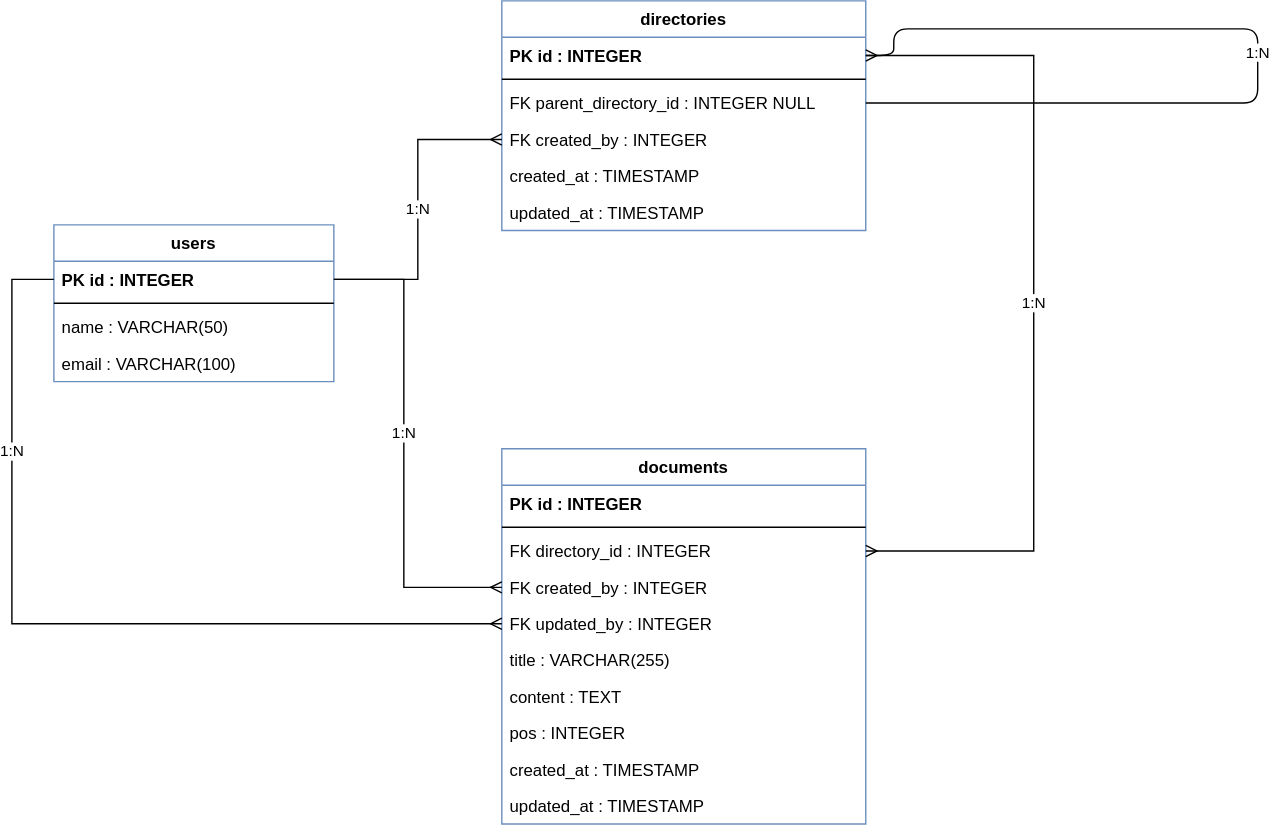
Before: データベース設計/データベースモデリング3/er_diagram.drawio.svg, a diagram exported from draw.io (DaisukeKikukawa/Praha-Challenge). Source tidied: cells renumbered, new cells last; positions are measured from the earlier drawing's top-left corner, leaving out a move shared by most shapes.
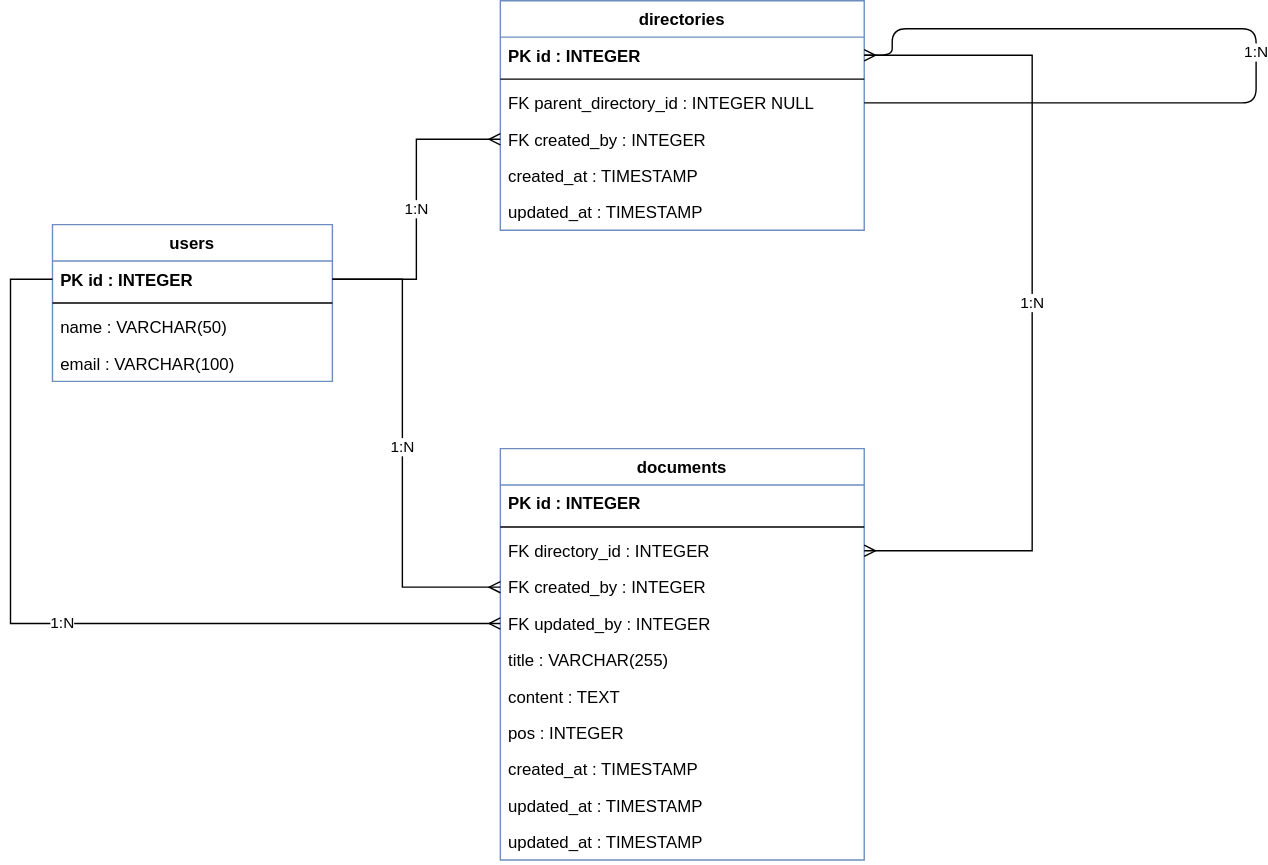
After the commit.

Commit message:
dioの差分がどうなるか確認

What changed in the source:
```diff
@@ -49,7 +49,7 @@
       </mxGeometry>
     </mxCell>
     <mxCell id="15" value="documents" style="swimlane;fontStyle=1;align=center;verticalAlign=top;horizontal=1;startSize=26;fillColor=none;strokeColor=#6c8ebf;" parent="1" vertex="1">
-      <mxGeometry x="350" y="320" width="260" height="268" as="geometry" />
+      <mxGeometry x="350" y="320" width="260" height="294" as="geometry" />
     </mxCell>
     <mxCell id="16" value="PK  id : INTEGER" style="text;strokeColor=none;fillColor=none;align=left;verticalAlign=top;spacingLeft=4;spacingRight=4;overflow=hidden;fontStyle=1;" parent="15" vertex="1">
       <mxGeometry y="26" width="260" height="26" as="geometry" />
@@ -81,6 +81,9 @@
     <mxCell id="25" value="     updated_at : TIMESTAMP" style="text;strokeColor=none;fillColor=none;align=left;verticalAlign=top;spacingLeft=4;spacingRight=4;overflow=hidden;" parent="15" vertex="1">
       <mxGeometry y="242" width="260" height="26" as="geometry" />
     </mxCell>
+    <mxCell id="30" value="     updated_at : TIMESTAMP" style="text;strokeColor=none;fillColor=none;align=left;verticalAlign=top;spacingLeft=4;spacingRight=4;overflow=hidden;" parent="15" vertex="1">
+      <mxGeometry y="268" width="260" height="26" as="geometry" />
+    </mxCell>
     <mxCell id="26" value="1:N" style="edgeStyle=orthogonalEdgeStyle;rounded=0;jettySize=auto;html=1;startArrow=none;startFill=0;endArrow=ERmany;endFill=0;exitX=1;exitY=0.5;exitDx=0;exitDy=0;" parent="1" edge="1" source="3" target="11">
       <mxGeometry relative="1" as="geometry">
         <Array as="points">
```
